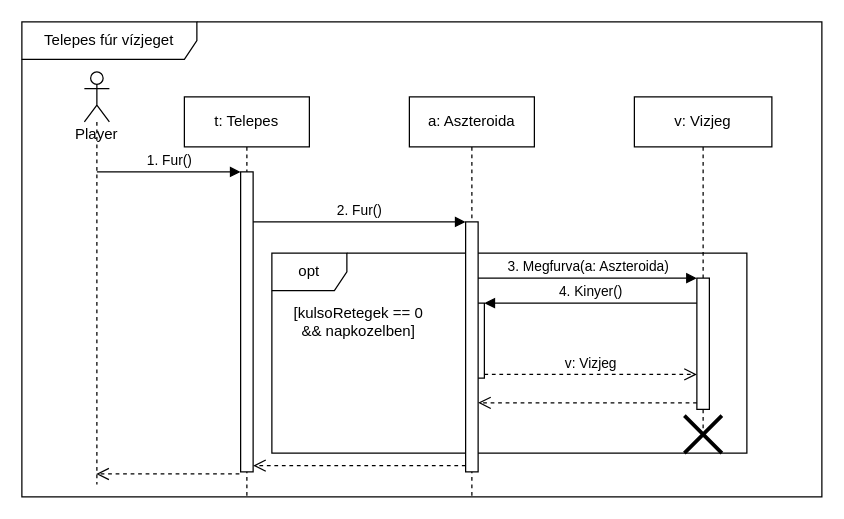
This is page "vizjeg" (2 of 7) of doc/szekvencia/szek_TelepesFur.drawio from torpeBoiGo/aszteroidabanyaszat, a draw.io file, before an edit. Source tidied: cells renumbered, new cells numbered last; positions are measured from the earlier drawing's top-left corner, leaving out a move shared by most shapes. Both pictures are drawn from the tidied source at 125%, with x=0, y=0 at pixel (21, 21).
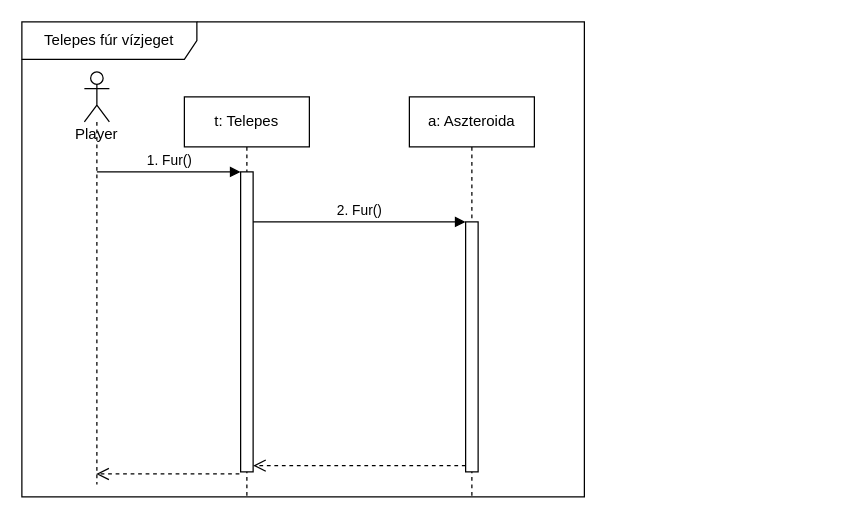
After the change.

Commit message (it also covers changes not shown here):
nincs megfurva()

The change refers to these unchanged cells:
```xml
<mxCell id="11" style="html=1;points=[];perimeter=orthogonalPerimeter;" parent="10" vertex="1">
  <mxGeometry x="45" y="100" width="10" height="200" as="geometry" />
</mxCell>
```

Change to the diagram source:
```diff
@@
     <mxCell id="2" value="Telepes fúr vízjeget" style="shape=umlFrame;whiteSpace=wrap;html=1;width=140;height=30;" parent="1" vertex="1">
-      <mxGeometry width="640" height="380" as="geometry" />
+      <mxGeometry width="450" height="380" as="geometry" />
     </mxCell>
-    <mxCell id="3" style="group;" parent="1" vertex="1">
-      <mxGeometry x="200" y="185" width="380" height="160" as="geometry" />
-    </mxCell>
-    <mxCell id="4" value="opt" style="shape=umlFrame;whiteSpace=wrap;html=1;" parent="3" vertex="1">
-      <mxGeometry width="380" height="160" as="geometry" />
-    </mxCell>
-    <mxCell id="5" value="[kulsoRetegek == 0 &amp;amp;&amp;amp; napkozelben]" style="text;html=1;strokeColor=none;fillColor=none;align=center;verticalAlign=middle;whiteSpace=wrap;rounded=0;" parent="3" vertex="1">
-      <mxGeometry x="10" y="40" width="119.4" height="30" as="geometry" />
-    </mxCell>
-    <mxCell id="6" style="html=1;points=[];perimeter=orthogonalPerimeter;" parent="3" vertex="1">
-      <mxGeometry x="160" y="40" width="10" height="60" as="geometry" />
-    </mxCell>
@@
-    <mxCell id="14" value="v: Vizjeg" style="shape=umlLifeline;perimeter=lifelinePerimeter;whiteSpace=wrap;html=1;" parent="1" vertex="1">
-      <mxGeometry x="490" y="60" width="110" height="270" as="geometry" />
-    </mxCell>
-    <mxCell id="15" style="html=1;points=[];perimeter=orthogonalPerimeter;" parent="14" vertex="1">
-      <mxGeometry x="50" y="145" width="10" height="105" as="geometry" />
-    </mxCell>
-    <mxCell id="16" style="shape=umlDestroy;whiteSpace=wrap;html=1;strokeWidth=3;" parent="14" vertex="1">
-      <mxGeometry x="40" y="255" width="30" height="30" as="geometry" />
-    </mxCell>
-    <mxCell id="17" value="3. Megfurva(a: Aszteroida)" style="html=1;verticalAlign=bottom;endArrow=block;entryX=0;entryY=0;" parent="1" edge="1" source="11" target="15">
-      <mxGeometry relative="1" as="geometry" />
-    </mxCell>
-    <mxCell id="18" style="html=1;verticalAlign=bottom;endArrow=open;dashed=1;endSize=8;exitX=0;exitY=0.95;" parent="1" edge="1" source="15" target="11">
-      <mxGeometry x="-0.09" y="52" relative="1" as="geometry" />
-    </mxCell>
@@
-    <mxCell id="21" value="4. Kinyer()" style="html=1;verticalAlign=bottom;endArrow=block;entryX=1;entryY=0;" parent="1" edge="1" source="15" target="6">
-      <mxGeometry relative="1" as="geometry" />
-    </mxCell>
-    <mxCell id="22" value="v: Vizjeg" style="html=1;verticalAlign=bottom;endArrow=open;dashed=1;endSize=8;exitX=1;exitY=0.95;" parent="1" edge="1" source="6" target="15">
-      <mxGeometry relative="1" as="geometry" />
-    </mxCell>
```
